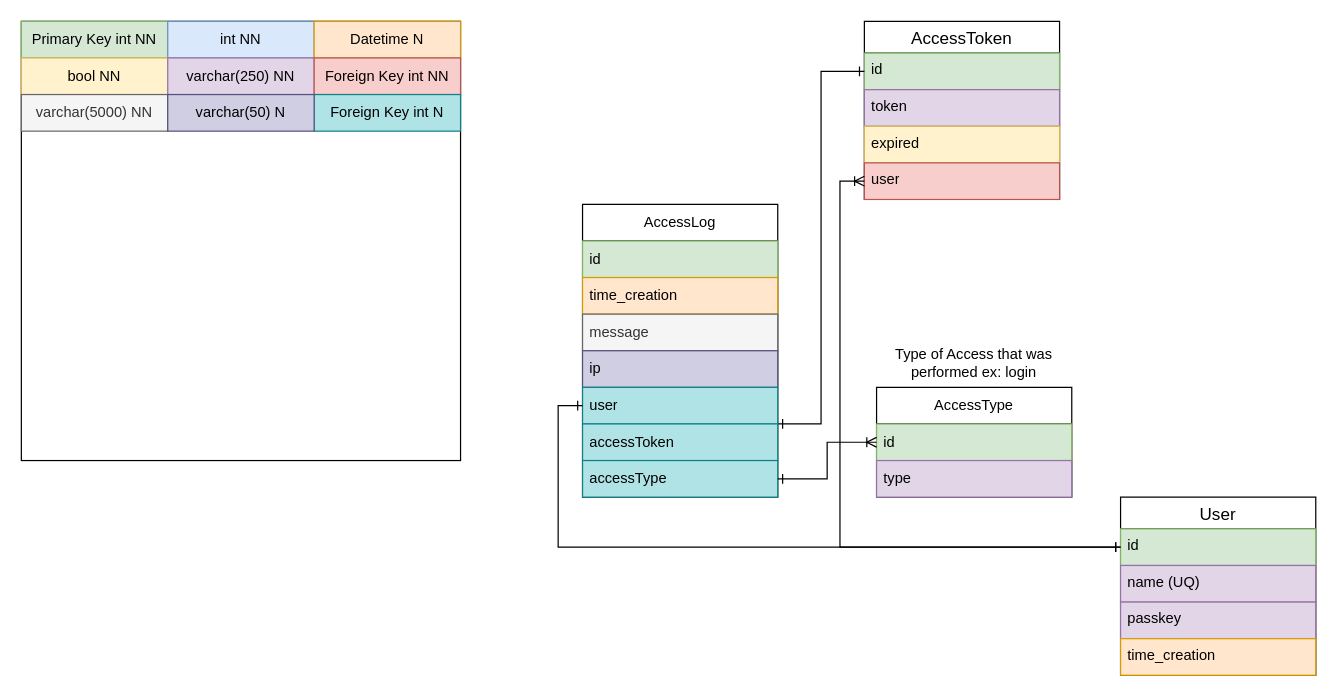
Earlier version of the draw.io diagram Database/DatabaseDiagram.drawio (ZeilingerAlexander/FileServer_NodeJS). Source tidied: cells renumbered, new cells numbered last; positions are measured from the earlier drawing's top-left corner, leaving out a move shared by most shapes. Both pictures are drawn from the tidied source at 122%, with x=0, y=0 at pixel (21, 21).
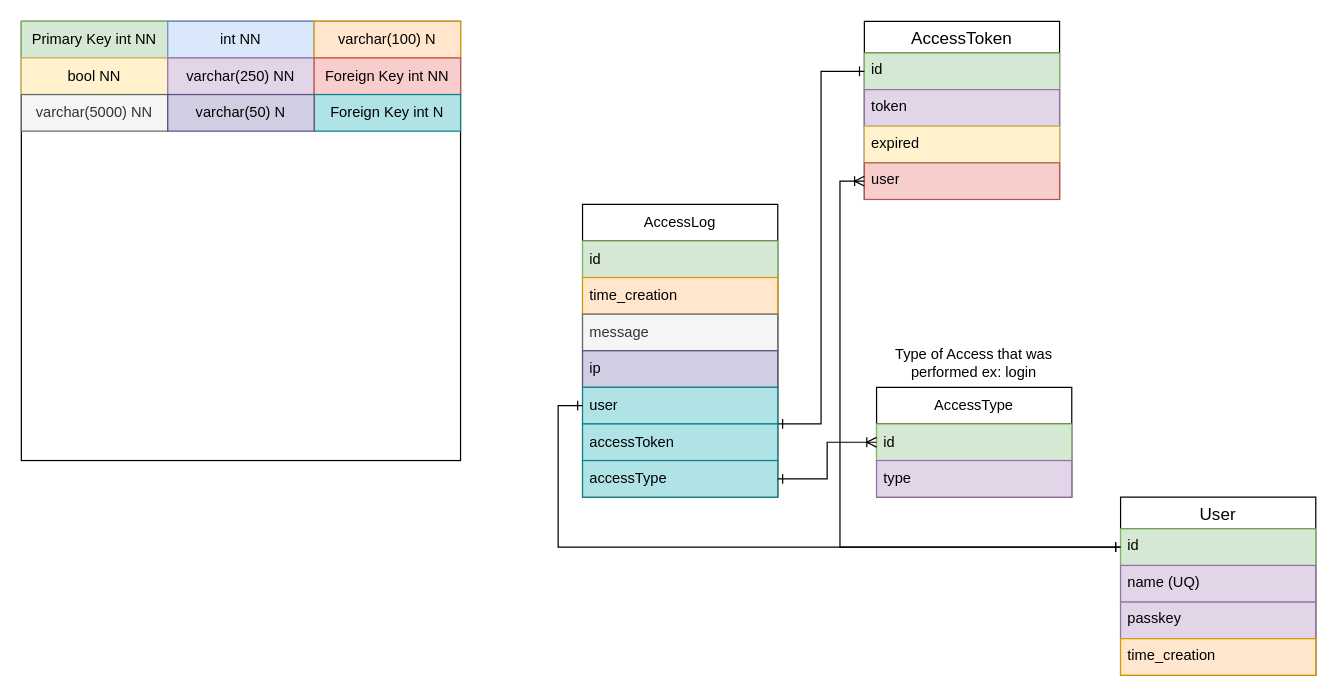
After the change.

Commit message:
change datime to varchar to allow for milis elapsed instead of human readable dates

Diff of the diagram source:
```diff
@@
-    <mxCell id="10" value="Datetime N" style="text;html=1;strokeColor=#d79b00;fillColor=#ffe6cc;align=center;verticalAlign=middle;whiteSpace=wrap;rounded=0;" parent="1" vertex="1">
+    <mxCell id="10" value="varchar(100) N" style="text;html=1;strokeColor=#d79b00;fillColor=#ffe6cc;align=center;verticalAlign=middle;whiteSpace=wrap;rounded=0;" parent="1" vertex="1">
       <mxGeometry x="240" width="120" height="30" as="geometry" />
     </mxCell>
```
